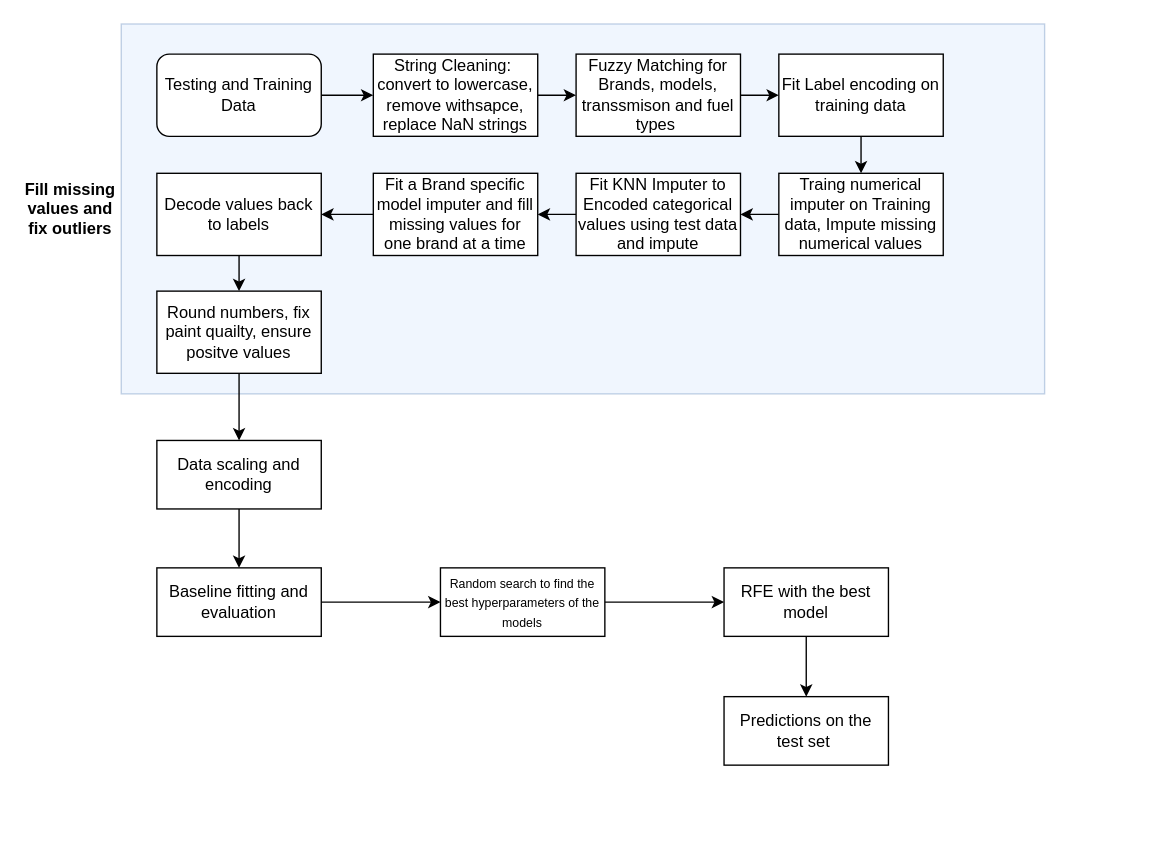
Above: ML_draw.drawio in LiberoBiagi/ML_Nova_IMS_25-26 (draw.io), before the change. Source tidied: cells renumbered, new cells numbered last; positions are measured from the earlier drawing's top-left corner, leaving out a move shared by most shapes. Both pictures are drawn from the tidied source at 137%, with x=0, y=0 at pixel (23, 23).
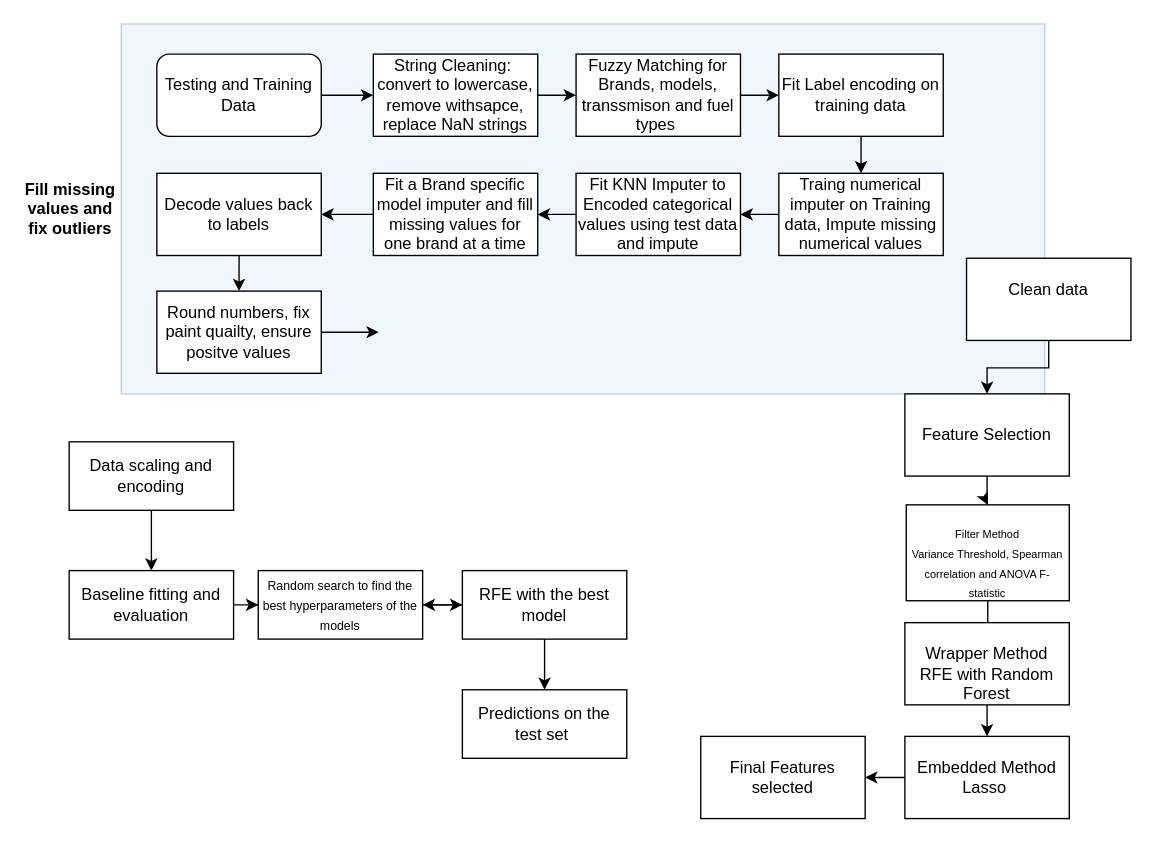
The same page after the edit.

The change refers to these unchanged cells:
```xml
<mxCell id="29" value="Round numbers, fix paint quailty, ensure positve values" style="rounded=0;whiteSpace=wrap;html=1;" parent="1" vertex="1">
  <mxGeometry x="97" y="195" width="120" height="60" as="geometry" />
</mxCell>
```

The edit, as a diff of the source:
```diff
@@
     <mxCell id="3" value="Data scaling and encoding" style="rounded=0;whiteSpace=wrap;html=1;" parent="1" vertex="1">
-      <mxGeometry x="97" y="304" width="120" height="50" as="geometry" />
+      <mxGeometry x="33" y="305" width="120" height="50" as="geometry" />
     </mxCell>
@@
     <mxCell id="6" value="Baseline fitting and evaluation" style="rounded=0;whiteSpace=wrap;html=1;" parent="1" vertex="1">
-      <mxGeometry x="97" y="397" width="120" height="50" as="geometry" />
+      <mxGeometry x="33" y="399" width="120" height="50" as="geometry" />
     </mxCell>
@@
     <mxCell id="8" value="&lt;font style=&quot;font-size: 9px;&quot;&gt;Random search to find the best hyperparameters of the models&lt;/font&gt;" style="whiteSpace=wrap;html=1;rounded=0;" parent="1" vertex="1">
-      <mxGeometry x="304" y="397" width="120" height="50" as="geometry" />
+      <mxGeometry x="171" y="399" width="120" height="50" as="geometry" />
     </mxCell>
@@
-    <mxCell id="10" value="RFE with the best model" style="whiteSpace=wrap;html=1;rounded=0;" parent="1" vertex="1">
-      <mxGeometry x="511" y="397" width="120" height="50" as="geometry" />
-    </mxCell>
+    <mxCell id="31" style="edgeStyle=orthogonalEdgeStyle;rounded=0;jettySize=auto;html=1;" parent="1" edge="1" source="10" target="8">
+      <mxGeometry relative="1" as="geometry" />
+    </mxCell>
     <mxCell id="11" value="Predictions on the test set&lt;span style=&quot;background-color: transparent; color: light-dark(rgb(0, 0, 0), rgb(255, 255, 255));&quot;&gt;&amp;nbsp;&lt;/span&gt;" style="whiteSpace=wrap;html=1;rounded=0;" parent="1" vertex="1">
-      <mxGeometry x="511" y="491" width="120" height="50" as="geometry" />
+      <mxGeometry x="320" y="486" width="120" height="50" as="geometry" />
     </mxCell>
@@
-    <mxCell id="28" style="edgeStyle=orthogonalEdgeStyle;rounded=0;jettySize=auto;html=1;" parent="1" edge="1" source="29" target="3">
-      <mxGeometry relative="1" as="geometry" />
-    </mxCell>
+    <mxCell id="32" style="edgeStyle=orthogonalEdgeStyle;rounded=0;jettySize=auto;html=1;" parent="1" edge="1" source="29">
+      <mxGeometry relative="1" as="geometry">
+        <mxPoint x="259" y="225" as="targetPoint" />
+      </mxGeometry>
+    </mxCell>
@@
+    <mxCell id="33" style="edgeStyle=orthogonalEdgeStyle;rounded=0;jettySize=auto;html=1;" parent="1" edge="1" source="34" target="36">
+      <mxGeometry relative="1" as="geometry" />
+    </mxCell>
+    <mxCell id="34" value="Feature Selection" style="rounded=0;whiteSpace=wrap;html=1;" parent="1" vertex="1">
+      <mxGeometry x="643" y="270" width="120" height="60" as="geometry" />
+    </mxCell>
+    <mxCell id="35" style="edgeStyle=orthogonalEdgeStyle;rounded=0;jettySize=auto;html=1;" parent="1" edge="1" source="36" target="38">
+      <mxGeometry relative="1" as="geometry" />
+    </mxCell>
+    <mxCell id="36" value="&lt;font style=&quot;font-size: 6px;&quot;&gt;&lt;br&gt;&lt;/font&gt;&lt;div&gt;&lt;font style=&quot;font-size: 8px;&quot;&gt;Filter Method&lt;/font&gt;&lt;/div&gt;&lt;div&gt;&lt;font style=&quot;font-size: 8px;&quot;&gt;Variance Threshold, Spearman correlation and ANOVA F-statistic&lt;/font&gt;&lt;/div&gt;" style="whiteSpace=wrap;html=1;rounded=0;" parent="1" vertex="1">
+      <mxGeometry x="644" y="351" width="119" height="70" as="geometry" />
+    </mxCell>
+    <mxCell id="37" style="edgeStyle=orthogonalEdgeStyle;rounded=0;jettySize=auto;html=1;" parent="1" edge="1" source="38" target="40">
+      <mxGeometry relative="1" as="geometry" />
+    </mxCell>
+    <mxCell id="38" value="&lt;br&gt;&lt;div&gt;Wrapper Method&lt;/div&gt;&lt;div&gt;RFE with Random Forest&lt;/div&gt;" style="whiteSpace=wrap;html=1;rounded=0;" parent="1" vertex="1">
+      <mxGeometry x="643" y="437" width="120" height="60" as="geometry" />
+    </mxCell>
+    <mxCell id="39" style="edgeStyle=orthogonalEdgeStyle;rounded=0;jettySize=auto;html=1;" parent="1" edge="1" source="40" target="41">
+      <mxGeometry relative="1" as="geometry" />
+    </mxCell>
+    <mxCell id="40" value="&lt;br&gt;&lt;div&gt;Embedded Method&lt;/div&gt;&lt;div&gt;Lasso&amp;nbsp;&lt;/div&gt;&lt;div&gt;&lt;br&gt;&lt;/div&gt;" style="whiteSpace=wrap;html=1;rounded=0;" parent="1" vertex="1">
+      <mxGeometry x="643" y="520" width="120" height="60" as="geometry" />
+    </mxCell>
+    <mxCell id="10" value="RFE with the best model" style="whiteSpace=wrap;html=1;rounded=0;" parent="1" vertex="1">
+      <mxGeometry x="320" y="399" width="120" height="50" as="geometry" />
+    </mxCell>
+    <mxCell id="41" value="Final Features selected" style="rounded=0;whiteSpace=wrap;html=1;" parent="1" vertex="1">
+      <mxGeometry x="494" y="520" width="120" height="60" as="geometry" />
+    </mxCell>
+    <mxCell id="42" style="edgeStyle=orthogonalEdgeStyle;rounded=0;jettySize=auto;html=1;" parent="1" edge="1" source="43" target="34">
+      <mxGeometry relative="1" as="geometry" />
+    </mxCell>
+    <mxCell id="43" value="Clean data&lt;div&gt;&lt;br&gt;&lt;/div&gt;" style="rounded=0;whiteSpace=wrap;html=1;" parent="1" vertex="1">
+      <mxGeometry x="688" y="171" width="120" height="60" as="geometry" />
+    </mxCell>
```
